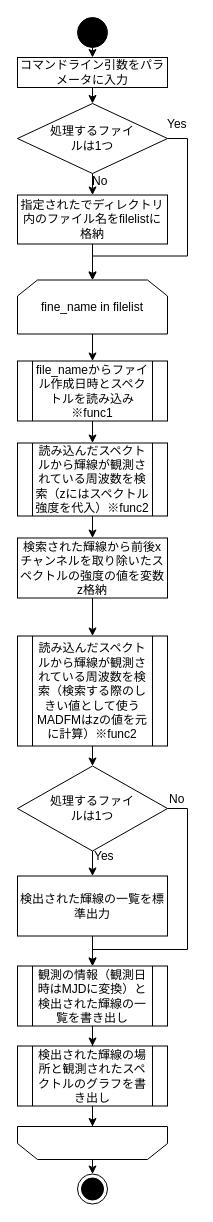
The draw.io diagram page "main" (1 of 6) of spectrum_analyser_tool.drawio.xml in yhamae/spectrum_analyser_tool, before the edit. Source tidied: cells renumbered, new cells numbered last; positions are measured from the earlier drawing's top-left corner, leaving out a move shared by most shapes. Both pictures are drawn from the tidied source at 100%, with x=0, y=0 at pixel (17, 17).
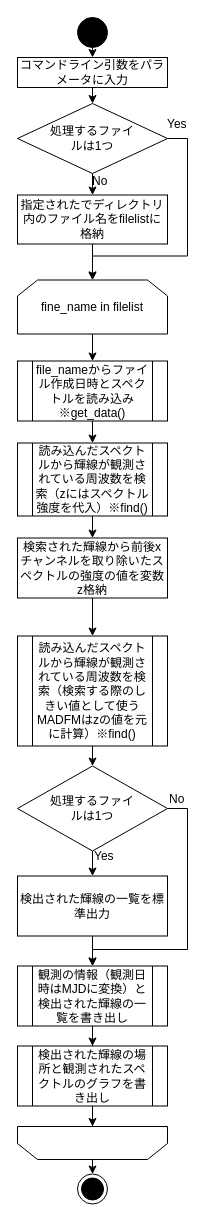
Above is the later version.

What changed in the source:
```diff
@@
-    <mxCell id="12" value="file_nameからファイル作成日時とスペクトルを読み込み※func1" style="shape=process;whiteSpace=wrap;html=1;backgroundOutline=1;fontFamily=BIZ-UDPGothic;" parent="1" vertex="1">
+    <mxCell id="12" value="file_nameからファイル作成日時とスペクトルを読み込み※get_data()" style="shape=process;whiteSpace=wrap;html=1;backgroundOutline=1;fontFamily=BIZ-UDPGothic;" parent="1" vertex="1">
       <mxGeometry y="343.5" width="150" height="60" as="geometry" />
     </mxCell>
@@
-    <mxCell id="14" value="読み込んだスペクトルから輝線が観測されている周波数を検索（zにはスペクトル強度を代入）※func2" style="shape=process;whiteSpace=wrap;html=1;backgroundOutline=1;fontFamily=BIZ-UDPGothic;" parent="1" vertex="1">
+    <mxCell id="14" value="読み込んだスペクトルから輝線が観測されている周波数を検索（zにはスペクトル強度を代入）※find()" style="shape=process;whiteSpace=wrap;html=1;backgroundOutline=1;fontFamily=BIZ-UDPGothic;" parent="1" vertex="1">
       <mxGeometry y="425.5" width="150" height="73" as="geometry" />
     </mxCell>
@@
-    <mxCell id="18" value="読み込んだスペクトルから輝線が観測されている周波数を検索（検索する際のしきい値として使うMADFMはzの値を元に計算）※func2" style="shape=process;whiteSpace=wrap;html=1;backgroundOutline=1;fontFamily=BIZ-UDPGothic;" parent="1" vertex="1">
+    <mxCell id="18" value="読み込んだスペクトルから輝線が観測されている周波数を検索（検索する際のしきい値として使うMADFMはzの値を元に計算）※find()" style="shape=process;whiteSpace=wrap;html=1;backgroundOutline=1;fontFamily=BIZ-UDPGothic;" parent="1" vertex="1">
       <mxGeometry y="618.5" width="150" height="110" as="geometry" />
     </mxCell>
```
